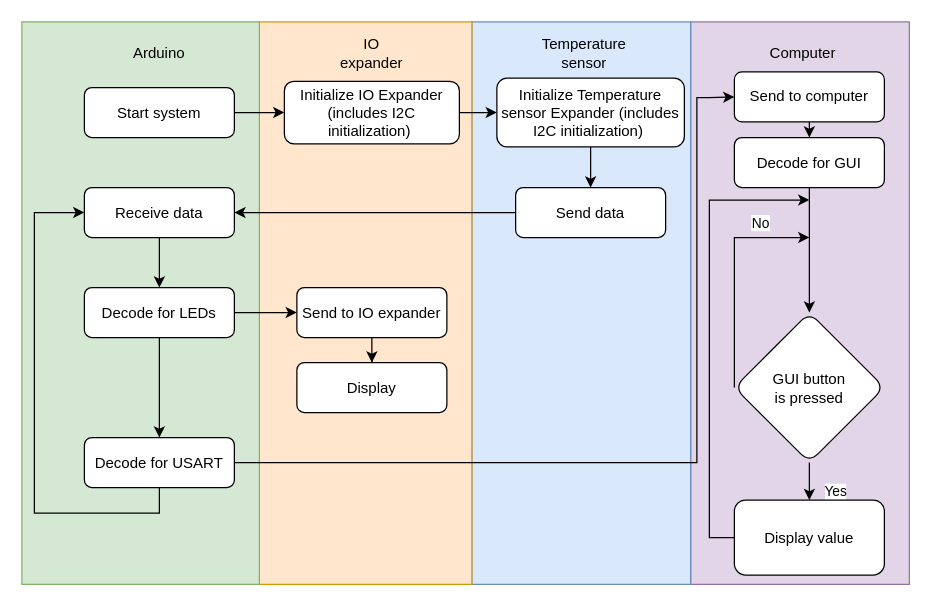
Before: FC.drawio in NaLelqGoshkaFerarito/I2C_Project, a draw.io diagram. Source tidied: cells renumbered, new cells numbered last; positions are measured from the earlier drawing's top-left corner, leaving out a move shared by most shapes. Both pictures are drawn from the tidied source at 125%, with x=0, y=0 at pixel (21, 21).
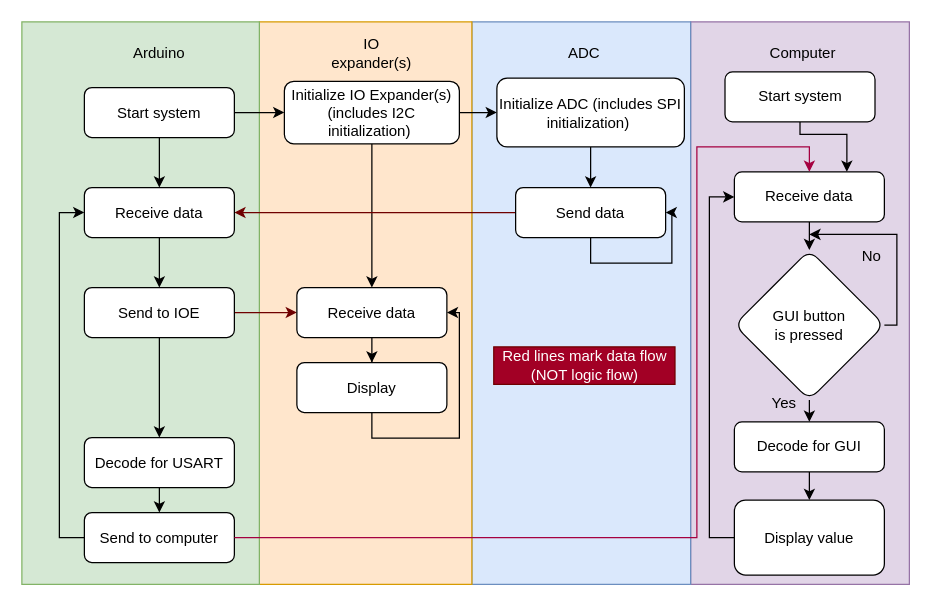
The same page after the edit.

The change refers to these unchanged cells:
```xml
<mxCell id="13" value="Decode for USART" style="rounded=1;whiteSpace=wrap;html=1;fontSize=12;glass=0;strokeWidth=1;shadow=0;" parent="1" vertex="1">
  <mxGeometry x="50" y="332.5" width="120" height="40" as="geometry" />
</mxCell>
<mxCell id="18" value="Display" style="rounded=1;whiteSpace=wrap;html=1;fontSize=12;glass=0;strokeWidth=1;shadow=0;" parent="1" vertex="1">
  <mxGeometry x="220" y="272.5" width="120" height="40" as="geometry" />
</mxCell>
<mxCell id="20" value="Start system" style="rounded=1;whiteSpace=wrap;html=1;fontSize=12;glass=0;strokeWidth=1;shadow=0;" parent="1" vertex="1">
  <mxGeometry x="50" y="52.5" width="120" height="40" as="geometry" />
</mxCell>
<mxCell id="26" value="Send data" style="rounded=1;whiteSpace=wrap;html=1;fontSize=12;glass=0;strokeWidth=1;shadow=0;" parent="1" vertex="1">
  <mxGeometry x="395" y="132.5" width="120" height="40" as="geometry" />
</mxCell>
<mxCell id="28" value="Receive data" style="rounded=1;whiteSpace=wrap;html=1;fontSize=12;glass=0;strokeWidth=1;shadow=0;" parent="1" vertex="1">
  <mxGeometry x="50" y="132.5" width="120" height="40" as="geometry" />
</mxCell>
<mxCell id="35" value="Display value" style="whiteSpace=wrap;html=1;rounded=1;glass=0;strokeWidth=1;shadow=0;" parent="1" vertex="1">
  <mxGeometry x="570" y="382.5" width="120" height="60" as="geometry" />
</mxCell>
```

Diff of the diagram source:
```diff
@@
-    <mxCell id="4" value="Temperature sensor" style="text;html=1;align=center;verticalAlign=middle;whiteSpace=wrap;rounded=0;" parent="1" vertex="1">
+    <mxCell id="4" value="ADC" style="text;html=1;align=center;verticalAlign=middle;whiteSpace=wrap;rounded=0;" parent="1" vertex="1">
       <mxGeometry x="420" y="10" width="60" height="30" as="geometry" />
     </mxCell>
@@
-    <mxCell id="6" value="IO expander" style="text;html=1;align=center;verticalAlign=middle;whiteSpace=wrap;rounded=0;" parent="1" vertex="1">
+    <mxCell id="6" value="IO expander(s)" style="text;html=1;align=center;verticalAlign=middle;whiteSpace=wrap;rounded=0;" parent="1" vertex="1">
       <mxGeometry x="250" y="10" width="60" height="30" as="geometry" />
     </mxCell>
@@
+    <mxCell id="9" style="edgeStyle=orthogonalEdgeStyle;rounded=0;jettySize=auto;html=1;fillColor=#a20025;strokeColor=#6F0000;" parent="1" edge="1" source="10" target="15">
+      <mxGeometry relative="1" as="geometry" />
+    </mxCell>
@@
-    <mxCell id="9" style="edgeStyle=orthogonalEdgeStyle;rounded=0;jettySize=auto;html=1;" parent="1" edge="1" source="10" target="15">
-      <mxGeometry relative="1" as="geometry" />
-    </mxCell>
-    <mxCell id="10" value="Decode for LEDs" style="rounded=1;whiteSpace=wrap;html=1;fontSize=12;glass=0;strokeWidth=1;shadow=0;" parent="1" vertex="1">
+    <mxCell id="10" value="Send to IOE" style="rounded=1;whiteSpace=wrap;html=1;fontSize=12;glass=0;strokeWidth=1;shadow=0;" parent="1" vertex="1">
       <mxGeometry x="50" y="212.5" width="120" height="40" as="geometry" />
     </mxCell>
-    <mxCell id="11" style="edgeStyle=orthogonalEdgeStyle;rounded=0;jettySize=auto;html=1;exitX=0.5;exitY=1;exitDx=0;exitDy=0;entryX=0;entryY=0.5;entryDx=0;entryDy=0;" parent="1" edge="1" source="13">
-      <mxGeometry relative="1" as="geometry">
-        <mxPoint x="50" y="152.5" as="targetPoint" />
-        <Array as="points">
-          <mxPoint x="110" y="393" />
-          <mxPoint x="10" y="393" />
-          <mxPoint x="10" y="153" />
-        </Array>
-      </mxGeometry>
-    </mxCell>
-    <mxCell id="12" style="edgeStyle=orthogonalEdgeStyle;rounded=0;jettySize=auto;html=1;exitX=1;exitY=0.5;exitDx=0;exitDy=0;" parent="1" edge="1" source="13">
-      <mxGeometry relative="1" as="geometry">
-        <mxPoint x="570" y="60" as="targetPoint" />
-        <Array as="points">
-          <mxPoint x="540" y="352.5" />
-          <mxPoint x="540" y="60.5" />
-          <mxPoint x="550" y="60.5" />
-        </Array>
-      </mxGeometry>
-    </mxCell>
+    <mxCell id="40" style="edgeStyle=orthogonalEdgeStyle;rounded=0;jettySize=auto;html=1;exitX=0.5;exitY=1;exitDx=0;exitDy=0;entryX=0.5;entryY=0;entryDx=0;entryDy=0;" parent="1" edge="1" source="13" target="37">
+      <mxGeometry relative="1" as="geometry" />
+    </mxCell>
@@
-    <mxCell id="15" value="Send to IO expander" style="rounded=1;whiteSpace=wrap;html=1;fontSize=12;glass=0;strokeWidth=1;shadow=0;" parent="1" vertex="1">
+    <mxCell id="15" value="Receive data" style="rounded=1;whiteSpace=wrap;html=1;fontSize=12;glass=0;strokeWidth=1;shadow=0;" parent="1" vertex="1">
       <mxGeometry x="220" y="212.5" width="120" height="40" as="geometry" />
     </mxCell>
-    <mxCell id="16" style="edgeStyle=orthogonalEdgeStyle;rounded=0;jettySize=auto;html=1;" parent="1" edge="1" source="17" target="33">
-      <mxGeometry relative="1" as="geometry" />
-    </mxCell>
+    <mxCell id="41" style="edgeStyle=orthogonalEdgeStyle;rounded=0;jettySize=auto;html=1;" parent="1" edge="1" source="17" target="35">
+      <mxGeometry relative="1" as="geometry" />
+    </mxCell>
     <mxCell id="17" value="Decode for GUI" style="rounded=1;whiteSpace=wrap;html=1;fontSize=12;glass=0;strokeWidth=1;shadow=0;" parent="1" vertex="1">
-      <mxGeometry x="570" y="92.5" width="120" height="40" as="geometry" />
+      <mxGeometry x="570" y="320" width="120" height="40" as="geometry" />
     </mxCell>
+    <mxCell id="42" style="edgeStyle=orthogonalEdgeStyle;rounded=0;jettySize=auto;html=1;exitX=0.5;exitY=1;exitDx=0;exitDy=0;entryX=1;entryY=0.5;entryDx=0;entryDy=0;" parent="1" edge="1" source="18" target="15">
+      <mxGeometry relative="1" as="geometry">
+        <Array as="points">
+          <mxPoint x="280" y="333" />
+          <mxPoint x="350" y="333" />
+          <mxPoint x="350" y="233" />
+        </Array>
+      </mxGeometry>
+    </mxCell>
@@
+    <mxCell id="43" style="edgeStyle=orthogonalEdgeStyle;rounded=0;jettySize=auto;html=1;" parent="1" edge="1" source="20" target="28">
+      <mxGeometry relative="1" as="geometry" />
+    </mxCell>
@@
+    <mxCell id="44" style="edgeStyle=orthogonalEdgeStyle;rounded=0;jettySize=auto;html=1;" parent="1" edge="1" source="22" target="15">
+      <mxGeometry relative="1" as="geometry" />
+    </mxCell>
-    <mxCell id="22" value="Initialize IO Expander (includes I2C initialization)&amp;nbsp;" style="rounded=1;whiteSpace=wrap;html=1;fontSize=12;glass=0;strokeWidth=1;shadow=0;" parent="1" vertex="1">
+    <mxCell id="22" value="Initialize IO Expander(s) (includes I2C initialization)&amp;nbsp;" style="rounded=1;whiteSpace=wrap;html=1;fontSize=12;glass=0;strokeWidth=1;shadow=0;" parent="1" vertex="1">
       <mxGeometry x="210" y="47.5" width="140" height="50" as="geometry" />
     </mxCell>
@@
-    <mxCell id="24" value="Initialize Temperature sensor Expander (includes I2C initialization)&amp;nbsp;" style="rounded=1;whiteSpace=wrap;html=1;fontSize=12;glass=0;strokeWidth=1;shadow=0;" parent="1" vertex="1">
+    <mxCell id="24" value="Initialize ADC (includes SPI initialization)&amp;nbsp;" style="rounded=1;whiteSpace=wrap;html=1;fontSize=12;glass=0;strokeWidth=1;shadow=0;" parent="1" vertex="1">
       <mxGeometry x="380" y="45" width="150" height="55" as="geometry" />
     </mxCell>
-    <mxCell id="25" style="edgeStyle=orthogonalEdgeStyle;rounded=0;jettySize=auto;html=1;exitX=0;exitY=0.5;exitDx=0;exitDy=0;entryX=1;entryY=0.5;entryDx=0;entryDy=0;" parent="1" edge="1" source="26" target="28">
+    <mxCell id="25" style="edgeStyle=orthogonalEdgeStyle;rounded=0;jettySize=auto;html=1;exitX=0;exitY=0.5;exitDx=0;exitDy=0;entryX=1;entryY=0.5;entryDx=0;entryDy=0;fillColor=#a20025;strokeColor=#6F0000;" parent="1" edge="1" source="26" target="28">
       <mxGeometry relative="1" as="geometry" />
     </mxCell>
@@
-    <mxCell id="29" style="edgeStyle=orthogonalEdgeStyle;rounded=0;jettySize=auto;html=1;exitX=0;exitY=0.5;exitDx=0;exitDy=0;" parent="1" edge="1" source="33">
-      <mxGeometry relative="1" as="geometry">
-        <mxPoint x="630" y="172.5" as="targetPoint" />
-        <Array as="points">
-          <mxPoint x="570" y="172.5" />
-        </Array>
-      </mxGeometry>
-    </mxCell>
-    <mxCell id="30" value="No" style="edgeLabel;html=1;align=center;verticalAlign=middle;" parent="29" vertex="1">
-      <mxGeometry x="0.2" y="-1" relative="1" as="geometry">
-        <mxPoint x="19" y="-24" as="offset" />
-      </mxGeometry>
-    </mxCell>
-    <mxCell id="31" style="edgeStyle=orthogonalEdgeStyle;rounded=0;jettySize=auto;html=1;" parent="1" edge="1" source="33" target="35">
-      <mxGeometry relative="1" as="geometry" />
-    </mxCell>
-    <mxCell id="32" value="Yes" style="edgeLabel;html=1;align=center;verticalAlign=middle;" parent="31" vertex="1">
-      <mxGeometry x="-0.25" y="2" relative="1" as="geometry">
-        <mxPoint x="18" y="4" as="offset" />
-      </mxGeometry>
-    </mxCell>
+    <mxCell id="45" style="edgeStyle=orthogonalEdgeStyle;rounded=0;jettySize=auto;html=1;exitX=0.5;exitY=1;exitDx=0;exitDy=0;entryX=0.5;entryY=0;entryDx=0;entryDy=0;" parent="1" edge="1" source="33" target="17">
+      <mxGeometry relative="1" as="geometry" />
+    </mxCell>
     <mxCell id="33" value="GUI button &lt;br&gt;is pressed" style="rhombus;whiteSpace=wrap;html=1;rounded=1;glass=0;strokeWidth=1;shadow=0;" parent="1" vertex="1">
-      <mxGeometry x="570" y="232.5" width="120" height="120" as="geometry" />
+      <mxGeometry x="570" y="182.5" width="120" height="120" as="geometry" />
     </mxCell>
-    <mxCell id="34" style="edgeStyle=orthogonalEdgeStyle;rounded=0;jettySize=auto;html=1;exitX=0;exitY=0.5;exitDx=0;exitDy=0;" parent="1" edge="1" source="35">
-      <mxGeometry relative="1" as="geometry">
-        <mxPoint x="630" y="142.5" as="targetPoint" />
-        <Array as="points">
-          <mxPoint x="550" y="412.5" />
-          <mxPoint x="550" y="142.5" />
-        </Array>
-      </mxGeometry>
-    </mxCell>
+    <mxCell id="46" style="edgeStyle=orthogonalEdgeStyle;rounded=0;jettySize=auto;html=1;exitX=0;exitY=0.5;exitDx=0;exitDy=0;entryX=0;entryY=0.5;entryDx=0;entryDy=0;" parent="1" edge="1" source="35" target="49">
+      <mxGeometry relative="1" as="geometry" />
+    </mxCell>
@@
-    <mxCell id="36" style="edgeStyle=orthogonalEdgeStyle;rounded=0;jettySize=auto;html=1;exitX=0.5;exitY=1;exitDx=0;exitDy=0;entryX=0.5;entryY=0;entryDx=0;entryDy=0;" parent="1" edge="1" source="37" target="17">
-      <mxGeometry relative="1" as="geometry" />
-    </mxCell>
-    <mxCell id="37" value="Send to computer" style="rounded=1;whiteSpace=wrap;html=1;fontSize=12;glass=0;strokeWidth=1;shadow=0;" parent="1" vertex="1">
-      <mxGeometry x="570" y="40" width="120" height="40" as="geometry" />
-    </mxCell>
@@
+    <mxCell id="47" style="edgeStyle=orthogonalEdgeStyle;rounded=0;jettySize=auto;html=1;exitX=0;exitY=0.5;exitDx=0;exitDy=0;entryX=0;entryY=0.5;entryDx=0;entryDy=0;" parent="1" edge="1" source="37" target="28">
+      <mxGeometry relative="1" as="geometry" />
+    </mxCell>
+    <mxCell id="37" value="Send to computer" style="rounded=1;whiteSpace=wrap;html=1;fontSize=12;glass=0;strokeWidth=1;shadow=0;" parent="1" vertex="1">
+      <mxGeometry x="50" y="392.5" width="120" height="40" as="geometry" />
+    </mxCell>
+    <mxCell id="48" style="edgeStyle=orthogonalEdgeStyle;rounded=0;jettySize=auto;html=1;" parent="1" edge="1" source="49" target="33">
+      <mxGeometry relative="1" as="geometry" />
+    </mxCell>
+    <mxCell id="49" value="Receive data" style="rounded=1;whiteSpace=wrap;html=1;fontSize=12;glass=0;strokeWidth=1;shadow=0;" parent="1" vertex="1">
+      <mxGeometry x="570" y="120" width="120" height="40" as="geometry" />
+    </mxCell>
+    <mxCell id="32" value="Yes" style="text;html=1;strokeColor=none;fillColor=none;align=center;verticalAlign=middle;whiteSpace=wrap;rounded=0;" parent="1" vertex="1">
+      <mxGeometry x="580" y="290" width="60" height="30" as="geometry" />
+    </mxCell>
+    <mxCell id="50" style="edgeStyle=orthogonalEdgeStyle;rounded=0;jettySize=auto;html=1;exitX=1;exitY=0.5;exitDx=0;exitDy=0;" parent="1" edge="1" source="33">
+      <mxGeometry relative="1" as="geometry">
+        <mxPoint x="630" y="170" as="targetPoint" />
+        <Array as="points">
+          <mxPoint x="700" y="243" />
+          <mxPoint x="700" y="170" />
+          <mxPoint x="630" y="170" />
+        </Array>
+      </mxGeometry>
+    </mxCell>
+    <mxCell id="30" value="No" style="text;html=1;strokeColor=none;fillColor=none;align=center;verticalAlign=middle;whiteSpace=wrap;rounded=0;" parent="1" vertex="1">
+      <mxGeometry x="650" y="172.5" width="60" height="30" as="geometry" />
+    </mxCell>
+    <mxCell id="51" value="Red lines mark data flow (NOT logic flow)" style="text;html=1;strokeColor=#6F0000;fillColor=#a20025;align=center;verticalAlign=middle;whiteSpace=wrap;rounded=0;fontColor=#ffffff;" parent="1" vertex="1">
+      <mxGeometry x="377.5" y="260" width="145" height="30" as="geometry" />
+    </mxCell>
+    <mxCell id="52" style="edgeStyle=orthogonalEdgeStyle;rounded=0;orthogonalLoop=1;jettySize=auto;html=1;exitX=0.5;exitY=1;exitDx=0;exitDy=0;entryX=1;entryY=0.5;entryDx=0;entryDy=0;" parent="1" edge="1" source="26" target="26">
+      <mxGeometry relative="1" as="geometry">
+        <Array as="points">
+          <mxPoint x="455" y="193" />
+          <mxPoint x="520" y="193" />
+          <mxPoint x="520" y="153" />
+        </Array>
+      </mxGeometry>
+    </mxCell>
+    <mxCell id="53" style="edgeStyle=orthogonalEdgeStyle;rounded=0;jettySize=auto;html=1;exitX=1;exitY=0.5;exitDx=0;exitDy=0;fillColor=#d80073;strokeColor=#A50040;entryX=0.5;entryY=0;entryDx=0;entryDy=0;" parent="1" edge="1" source="37" target="49">
+      <mxGeometry relative="1" as="geometry">
+        <Array as="points">
+          <mxPoint x="540" y="413" />
+          <mxPoint x="540" y="100" />
+          <mxPoint x="630" y="100" />
+        </Array>
+      </mxGeometry>
+    </mxCell>
+    <mxCell id="54" style="edgeStyle=orthogonalEdgeStyle;rounded=0;jettySize=auto;html=1;exitX=0.5;exitY=1;exitDx=0;exitDy=0;entryX=0.75;entryY=0;entryDx=0;entryDy=0;" parent="1" edge="1" source="55" target="49">
+      <mxGeometry relative="1" as="geometry">
+        <Array as="points">
+          <mxPoint x="622" y="90" />
+          <mxPoint x="660" y="90" />
+        </Array>
+      </mxGeometry>
+    </mxCell>
+    <mxCell id="55" value="Start system" style="rounded=1;whiteSpace=wrap;html=1;fontSize=12;glass=0;strokeWidth=1;shadow=0;" parent="1" vertex="1">
+      <mxGeometry x="562.5" y="40" width="120" height="40" as="geometry" />
+    </mxCell>
```
